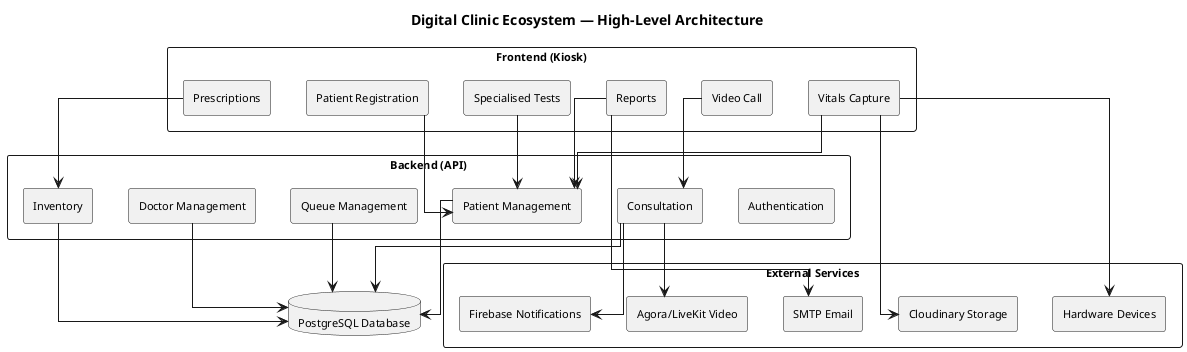
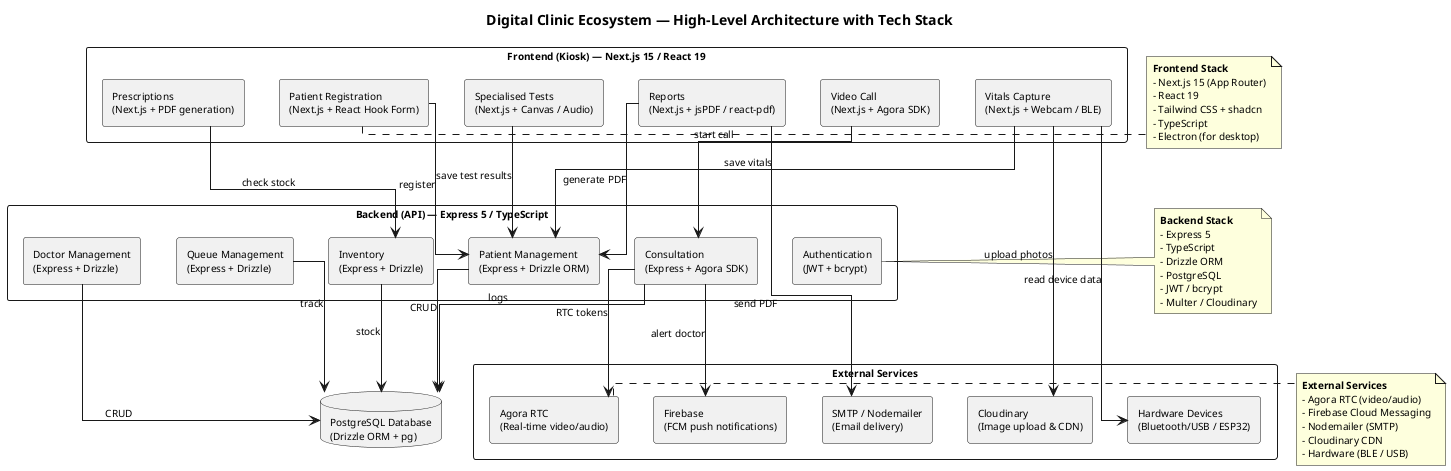
- @startuml Digital_Clinic_High_Level_Horizontal
+ @startuml Digital_Clinic_High_Level_With_Stack

- title Digital Clinic Ecosystem — High-Level Architecture
+ title Digital Clinic Ecosystem — High-Level Architecture with Tech Stack

skinparam componentStyle rectangle
- skinparam defaultFontSize 11
+ skinparam defaultFontSize 10
skinparam packageStyle rectangle
skinparam linetype ortho

- package "Frontend (Kiosk)" {
-   [Patient Registration] as Reg
-   [Vitals Capture] as Vitals
-   [Specialised Tests] as Tests
-   [Video Call] as Video
-   [Prescriptions] as Rx
-   [Reports] as Reports
+ package "Frontend (Kiosk) — Next.js 15 / React 19" {
+   [Patient Registration\n(Next.js + React Hook Form)] as Reg
+   [Vitals Capture\n(Next.js + Webcam / BLE)] as Vitals
+   [Specialised Tests\n(Next.js + Canvas / Audio)] as Tests
+   [Video Call\n(Next.js + Agora SDK)] as Video
+   [Prescriptions\n(Next.js + PDF generation)] as Rx
+   [Reports\n(Next.js + jsPDF / react-pdf)] as Reports
}

- package "Backend (API)" {
-   [Authentication] as Auth
-   [Patient Management] as PatientMgt
-   [Doctor Management] as DoctorMgt
-   [Queue Management] as Queue
-   [Consultation] as Consult
-   [Inventory] as Inventory
+ package "Backend (API) — Express 5 / TypeScript" {
+   [Authentication\n(JWT + bcrypt)] as Auth
+   [Patient Management\n(Express + Drizzle ORM)] as PatientMgt
+   [Doctor Management\n(Express + Drizzle)] as DoctorMgt
+   [Queue Management\n(Express + Drizzle)] as Queue
+   [Consultation\n(Express + Agora SDK)] as Consult
+   [Inventory\n(Express + Drizzle)] as Inventory
}

- database "PostgreSQL Database" as DB
+ database "PostgreSQL Database\n(Drizzle ORM + pg)" as DB

package "External Services" {
-   [Agora/LiveKit Video] as VideoSvc
-   [Firebase Notifications] as NotifySvc
-   [SMTP Email] as EmailSvc
-   [Cloudinary Storage] as StorageSvc
-   [Hardware Devices] as HardwareSvc
+   [Agora RTC\n(Real-time video/audio)] as VideoSvc
+   [Firebase\n(FCM push notifications)] as NotifySvc
+   [SMTP / Nodemailer\n(Email delivery)] as EmailSvc
+   [Cloudinary\n(Image upload & CDN)] as StorageSvc
+   [Hardware Devices\n(Bluetooth/USB / ESP32)] as HardwareSvc
}

' ===== Main flow left to right =====
- Reg --> PatientMgt
- Vitals --> PatientMgt
- Tests --> PatientMgt
- Video --> Consult
- Rx --> Inventory
- Reports --> PatientMgt
+ Reg --> PatientMgt : "register"
+ Vitals --> PatientMgt : "save vitals"
+ Tests --> PatientMgt : "save test results"
+ Video --> Consult : "start call"
+ Rx --> Inventory : "check stock"
+ Reports --> PatientMgt : "generate PDF"

- PatientMgt --> DB
- DoctorMgt --> DB
- Queue --> DB
- Consult --> DB
- Inventory --> DB
+ PatientMgt --> DB : "CRUD"
+ DoctorMgt --> DB : "CRUD"
+ Queue --> DB : "track"
+ Consult --> DB : "logs"
+ Inventory --> DB : "stock"

- Consult --> VideoSvc
- Consult --> NotifySvc
- Reports --> EmailSvc
- Vitals --> StorageSvc
- Vitals --> HardwareSvc
+ Consult --> VideoSvc : "RTC tokens"
+ Consult --> NotifySvc : "alert doctor"
+ Reports --> EmailSvc : "send PDF"
+ Vitals --> StorageSvc : "upload photos"
+ Vitals --> HardwareSvc : "read device data"

- @enduml+ ' ===== Tech Stack Notes =====
+ note right of Reg
+   **Frontend Stack**
+   - Next.js 15 (App Router)
+   - React 19
+   - Tailwind CSS + shadcn
+   - TypeScript
+   - Electron (for desktop)
+ end note
+ 
+ note right of Auth
+   **Backend Stack**
+   - Express 5
+   - TypeScript
+   - Drizzle ORM
+   - PostgreSQL
+   - JWT / bcrypt
+   - Multer / Cloudinary
+ end note
+ 
+ note right of VideoSvc
+   **External Services**
+   - Agora RTC (video/audio)
+   - Firebase Cloud Messaging
+   - Nodemailer (SMTP)
+   - Cloudinary CDN
+   - Hardware (BLE / USB)
+ end note
+ 
+ @enduml
